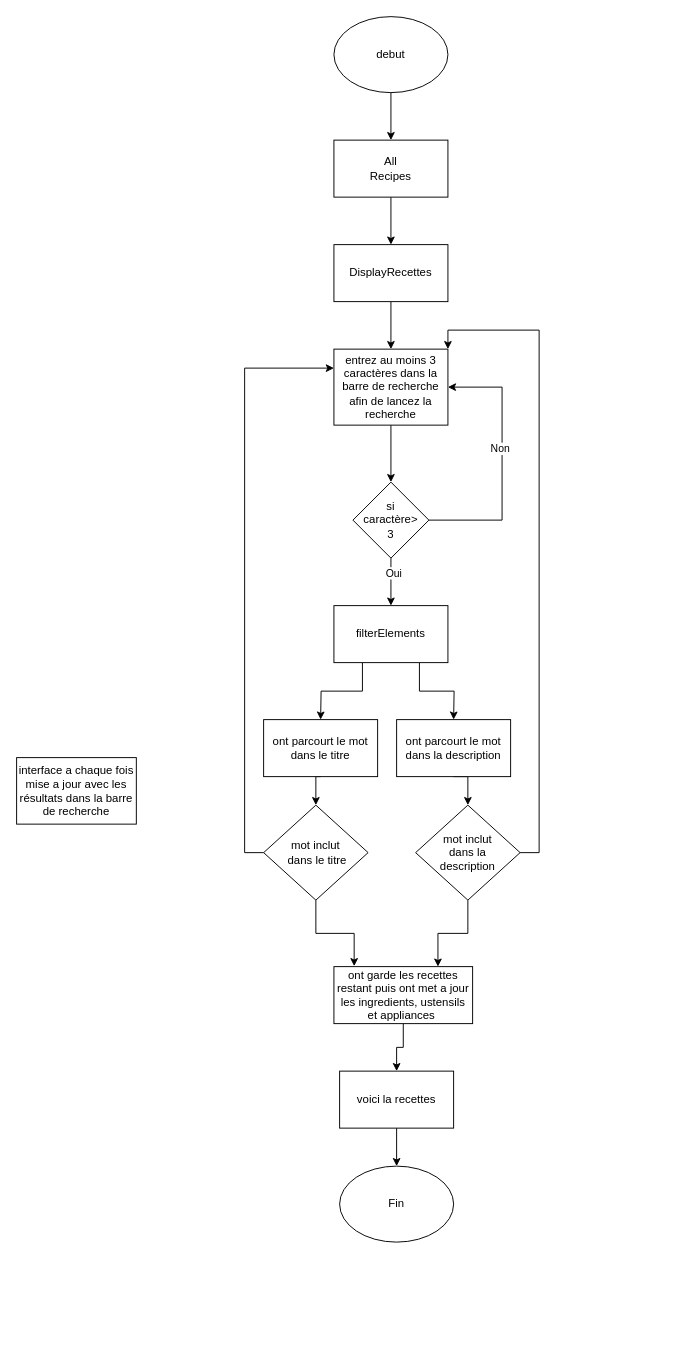
The draw.io diagram page "Page-2" (2 of 5) of diagramme_algo/algo1.drawio in fodie94/projet7, before the edit. Source tidied: cells renumbered, new cells numbered last; positions are measured from the earlier drawing's top-left corner, leaving out a move shared by most shapes. Both pictures are drawn from the tidied source at 95%, with x=0, y=0 at pixel (16, 16).
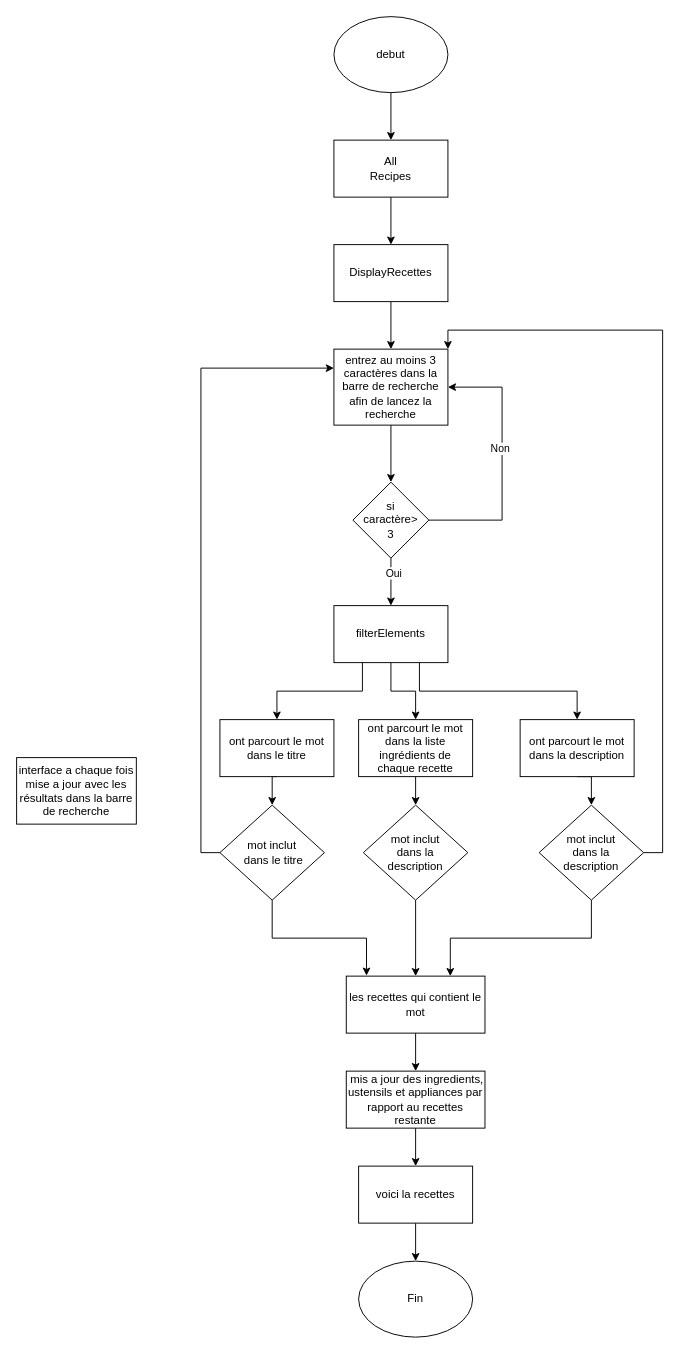
The same page after the edit.

The change refers to these unchanged cells:
```xml
<mxCell id="17" value="filterElements" style="whiteSpace=wrap;html=1;" parent="1" vertex="1">
  <mxGeometry x="334" y="620" width="120" height="60" as="geometry" />
</mxCell>
```

The edit, as a diff of the source:
```diff
@@
-    <mxCell id="15" style="edgeStyle=orthogonalEdgeStyle;rounded=0;jettySize=auto;html=1;exitX=0.25;exitY=1;exitDx=0;exitDy=0;" parent="1" edge="1" source="17">
-      <mxGeometry relative="1" as="geometry">
-        <mxPoint x="320" y="740" as="targetPoint" />
-      </mxGeometry>
-    </mxCell>
-    <mxCell id="16" style="edgeStyle=orthogonalEdgeStyle;rounded=0;jettySize=auto;html=1;exitX=0.75;exitY=1;exitDx=0;exitDy=0;" parent="1" edge="1" source="17">
-      <mxGeometry relative="1" as="geometry">
-        <mxPoint x="460" y="740" as="targetPoint" />
-      </mxGeometry>
-    </mxCell>
+    <mxCell id="35" style="edgeStyle=orthogonalEdgeStyle;rounded=0;jettySize=auto;html=1;exitX=0.5;exitY=1;exitDx=0;exitDy=0;" parent="1" edge="1" source="17" target="40">
+      <mxGeometry relative="1" as="geometry" />
+    </mxCell>
+    <mxCell id="36" style="edgeStyle=orthogonalEdgeStyle;rounded=0;jettySize=auto;html=1;exitX=0.25;exitY=1;exitDx=0;exitDy=0;entryX=0.5;entryY=0;entryDx=0;entryDy=0;" parent="1" edge="1" source="17" target="24">
+      <mxGeometry relative="1" as="geometry" />
+    </mxCell>
+    <mxCell id="37" style="edgeStyle=orthogonalEdgeStyle;rounded=0;jettySize=auto;html=1;exitX=0.75;exitY=1;exitDx=0;exitDy=0;" parent="1" edge="1" source="17" target="26">
+      <mxGeometry relative="1" as="geometry" />
+    </mxCell>
@@
     <mxCell id="20" value="voici la recettes" style="rounded=0;whiteSpace=wrap;html=1;" parent="1" vertex="1">
-      <mxGeometry x="340" y="1110" width="120" height="60" as="geometry" />
+      <mxGeometry x="360" y="1210" width="120" height="60" as="geometry" />
     </mxCell>
     <mxCell id="21" value="Fin" style="ellipse;whiteSpace=wrap;html=1;" parent="1" vertex="1">
-      <mxGeometry x="340" y="1210" width="120" height="80" as="geometry" />
+      <mxGeometry x="360" y="1310" width="120" height="80" as="geometry" />
     </mxCell>
@@
     <mxCell id="24" value="ont parcourt le mot dans le titre" style="rounded=0;whiteSpace=wrap;html=1;" parent="1" vertex="1">
-      <mxGeometry x="260" y="740" width="120" height="60" as="geometry" />
+      <mxGeometry x="214" y="740" width="120" height="60" as="geometry" />
     </mxCell>
@@
     <mxCell id="26" value="ont parcourt le mot dans la description" style="rounded=0;whiteSpace=wrap;html=1;" parent="1" vertex="1">
-      <mxGeometry x="400" y="740" width="120" height="60" as="geometry" />
+      <mxGeometry x="530" y="740" width="120" height="60" as="geometry" />
     </mxCell>
@@
     <mxCell id="29" value="mot inclut&lt;br&gt;&amp;nbsp;dans le titre" style="rhombus;whiteSpace=wrap;html=1;" parent="1" vertex="1">
-      <mxGeometry x="260" y="830" width="110" height="100" as="geometry" />
+      <mxGeometry x="214" y="830" width="110" height="100" as="geometry" />
     </mxCell>
@@
     <mxCell id="32" value="mot inclut&lt;br style=&quot;border-color: var(--border-color);&quot;&gt;&amp;nbsp;dans la&amp;nbsp;&lt;br&gt;description" style="rhombus;whiteSpace=wrap;html=1;" parent="1" vertex="1">
-      <mxGeometry x="420" y="830" width="110" height="100" as="geometry" />
+      <mxGeometry x="550" y="830" width="110" height="100" as="geometry" />
     </mxCell>
-    <mxCell id="33" style="edgeStyle=orthogonalEdgeStyle;rounded=0;jettySize=auto;html=1;exitX=0.5;exitY=1;exitDx=0;exitDy=0;" parent="1" edge="1" source="34" target="20">
-      <mxGeometry relative="1" as="geometry" />
-    </mxCell>
+    <mxCell id="38" style="edgeStyle=orthogonalEdgeStyle;rounded=0;jettySize=auto;html=1;exitX=0.5;exitY=1;exitDx=0;exitDy=0;entryX=0.5;entryY=0;entryDx=0;entryDy=0;" parent="1" edge="1" source="34" target="44">
+      <mxGeometry relative="1" as="geometry" />
+    </mxCell>
-    <mxCell id="34" value="ont garde les recettes restant puis ont met a jour les ingredients, ustensils et appliances&amp;nbsp;" style="rounded=0;whiteSpace=wrap;html=1;" parent="1" vertex="1">
-      <mxGeometry x="334" y="1000" width="146" height="60" as="geometry" />
+    <mxCell id="34" value="les recettes qui contient le&lt;br&gt;mot" style="rounded=0;whiteSpace=wrap;html=1;" parent="1" vertex="1">
+      <mxGeometry x="347" y="1010" width="146" height="60" as="geometry" />
     </mxCell>
+    <mxCell id="39" style="edgeStyle=orthogonalEdgeStyle;rounded=0;jettySize=auto;html=1;exitX=0.5;exitY=1;exitDx=0;exitDy=0;entryX=0.5;entryY=0;entryDx=0;entryDy=0;" parent="1" edge="1" source="40" target="42">
+      <mxGeometry relative="1" as="geometry" />
+    </mxCell>
+    <mxCell id="40" value="ont parcourt le mot dans la liste ingrédients de chaque recette" style="rounded=0;whiteSpace=wrap;html=1;" parent="1" vertex="1">
+      <mxGeometry x="360" y="740" width="120" height="60" as="geometry" />
+    </mxCell>
+    <mxCell id="41" style="edgeStyle=orthogonalEdgeStyle;rounded=0;jettySize=auto;html=1;exitX=0.5;exitY=1;exitDx=0;exitDy=0;entryX=0.5;entryY=0;entryDx=0;entryDy=0;" parent="1" edge="1" source="42" target="34">
+      <mxGeometry relative="1" as="geometry" />
+    </mxCell>
+    <mxCell id="42" value="mot inclut&lt;br style=&quot;border-color: var(--border-color);&quot;&gt;&amp;nbsp;dans la&amp;nbsp;&lt;br&gt;description" style="rhombus;whiteSpace=wrap;html=1;" parent="1" vertex="1">
+      <mxGeometry x="365" y="830" width="110" height="100" as="geometry" />
+    </mxCell>
+    <mxCell id="43" style="edgeStyle=orthogonalEdgeStyle;rounded=0;jettySize=auto;html=1;exitX=0.5;exitY=1;exitDx=0;exitDy=0;entryX=0.5;entryY=0;entryDx=0;entryDy=0;" parent="1" edge="1" source="44" target="20">
+      <mxGeometry relative="1" as="geometry" />
+    </mxCell>
+    <mxCell id="44" value="&amp;nbsp;mis a jour des ingredients, ustensils et appliances par rapport au recettes restante" style="rounded=0;whiteSpace=wrap;html=1;" parent="1" vertex="1">
+      <mxGeometry x="347" y="1110" width="146" height="60" as="geometry" />
+    </mxCell>
```
